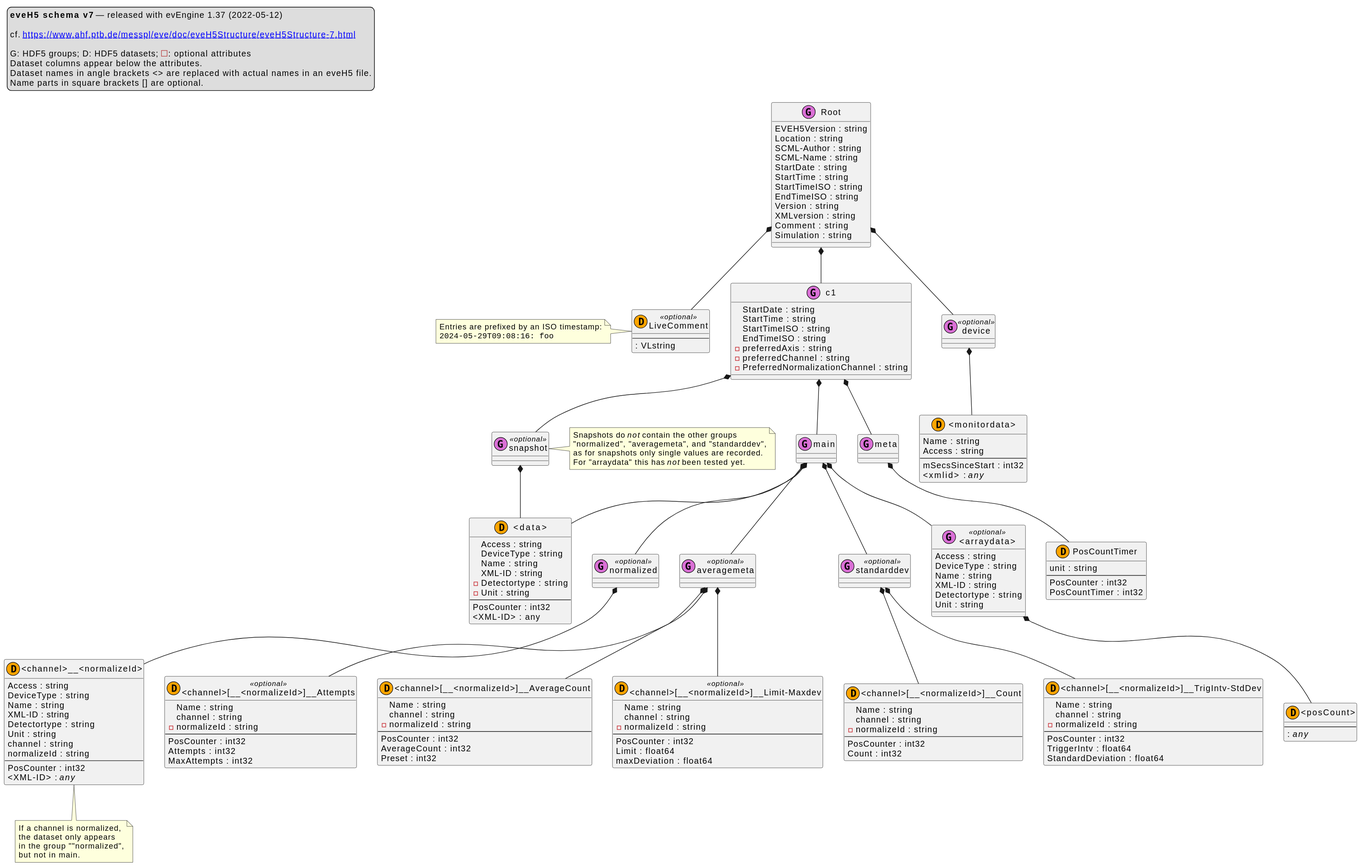
tillbiskup/evedata keeps this PlantUML diagram as docs/uml/eveh5-v7.svg. Above is the earlier version.
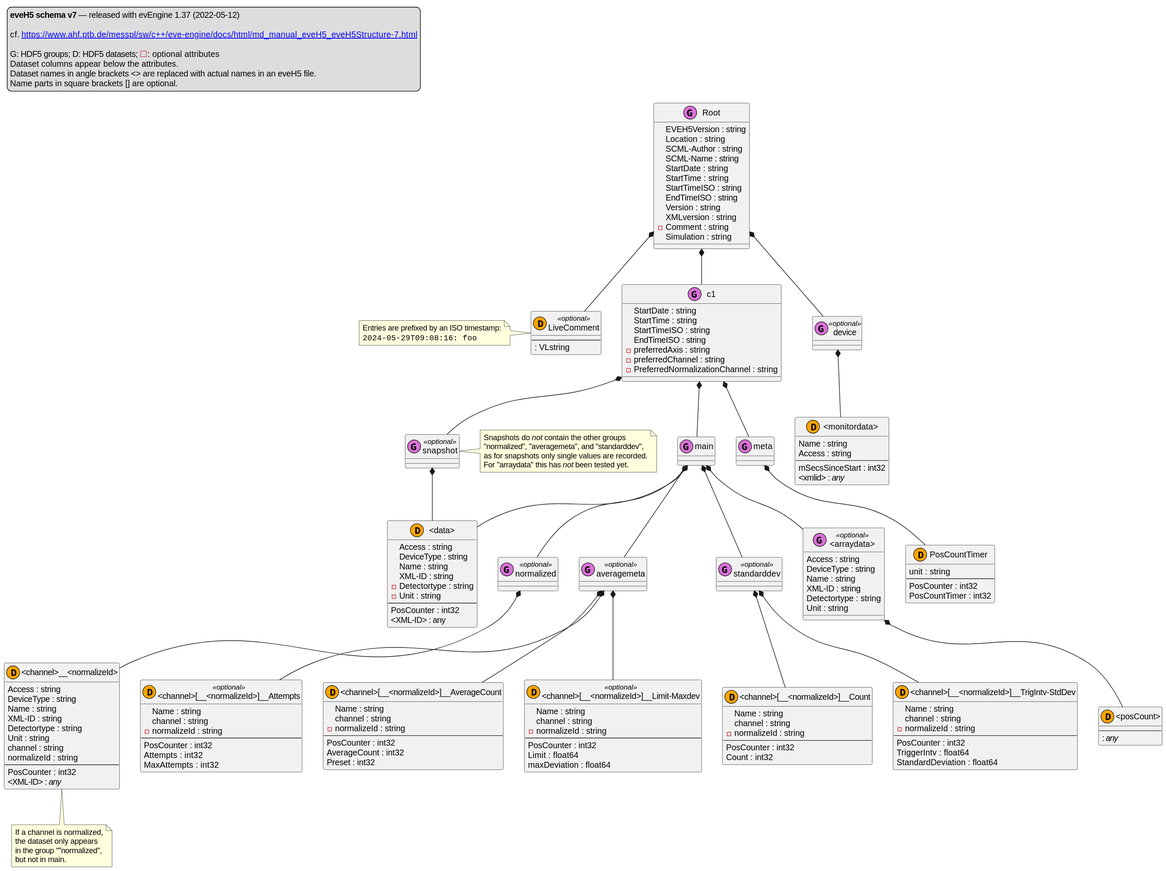
Later version of the same file.

Commit message:
Dealing with optional "Comment" attribute in root group.

The edit, as a diff of the source:
```diff
@@ -3,7 +3,7 @@
 legend top left
     **eveH5 schema v7** <U+2014> released with evEngine 1.37 (2022-05-12)
 
-    cf. [[https://www.ahf.ptb.de/messpl/eve/doc/eveH5Structure/eveH5Structure-7.html]]
+    cf. [[https://www.ahf.ptb.de/messpl/sw/c++/eve-engine/docs/html/md_manual_eveH5_eveH5Structure-7.html]]
 
     G: HDF5 groups; D: HDF5 datasets; <color:#firebrick><U+2610></color>: optional attributes
     Dataset columns appear below the attributes.
@@ -22,7 +22,7 @@
     EndTimeISO : string
     Version : string
     XMLversion : string
-    Comment : string
+    - Comment : string
     Simulation : string
 }
 
```
